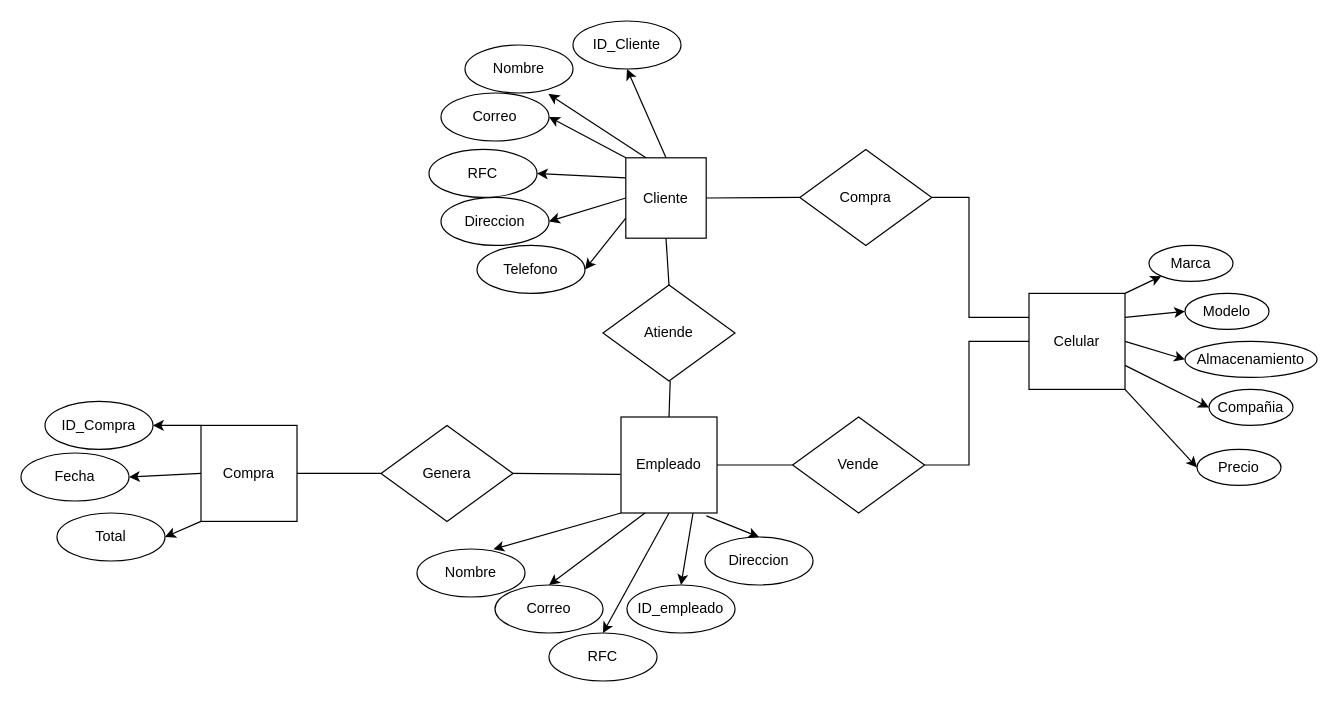
Above: page "Dia_ent-rel" (1 of 2) of Diagramas IStore.drawio in KevCH24/Fdb-Kevin-Cuz (draw.io), before the change. Source tidied: cells renumbered, new cells numbered last; positions are measured from the earlier drawing's top-left corner, leaving out a move shared by most shapes. Both pictures are drawn from the tidied source at 120%, with x=0, y=0 at pixel (20, 20).
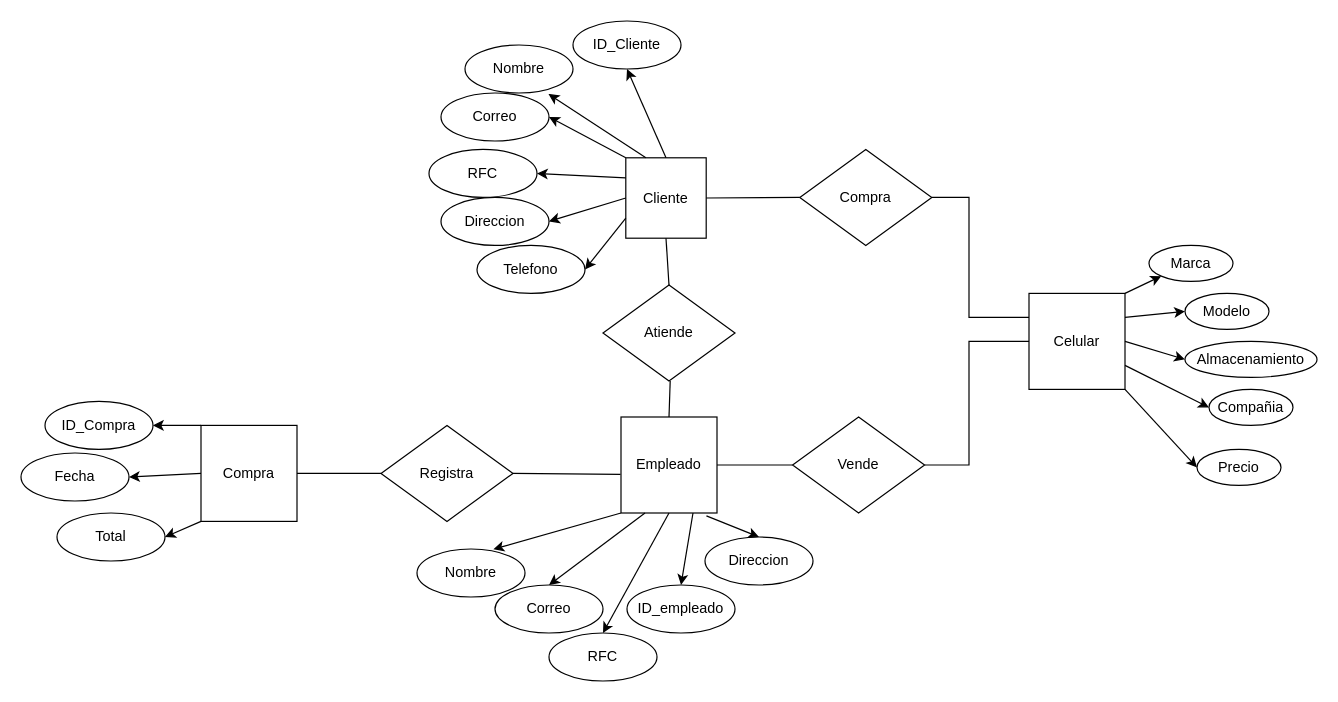
Above is the later version.

Diff of the diagram source:
```diff
@@
-    <mxCell id="47" value="Genera" style="rhombus;whiteSpace=wrap;html=1;" parent="1" vertex="1">
+    <mxCell id="47" value="Registra" style="rhombus;whiteSpace=wrap;html=1;" parent="1" vertex="1">
       <mxGeometry x="300" y="337" width="110" height="80" as="geometry" />
     </mxCell>
```
